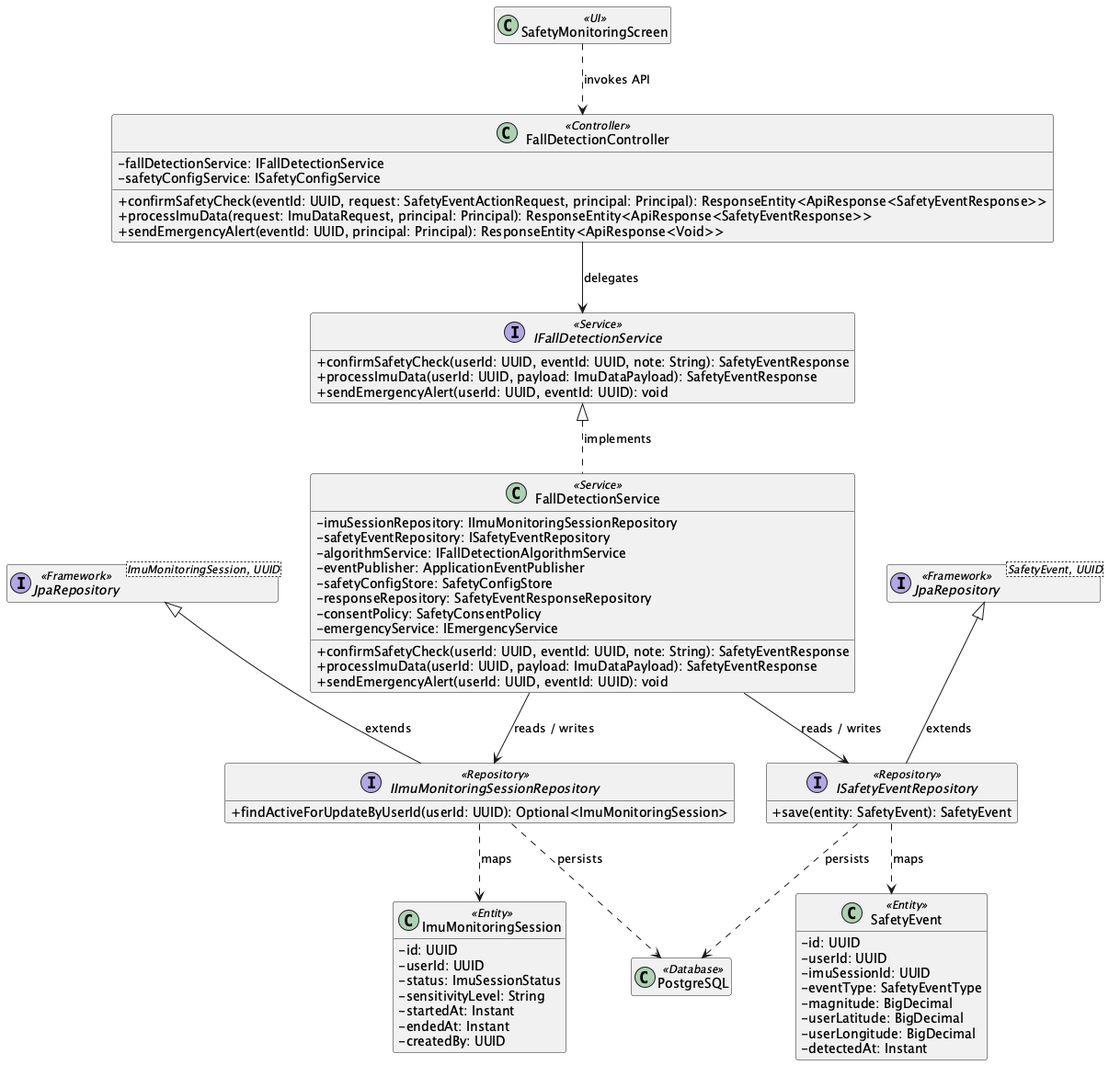
Before: 03_Design/Detailed_Design/MF10_Smart_Activity_Monitoring_Safety_Support/images/02_Detected_Impact_Safety_Check_Alert_and_Feedback_ClassDiagram.png, a diagram exported from PlantUML (ChuongBDHE172784/CareBridge_SEP490_G79). Source of this version:
```plantuml
@startuml
skinparam classAttributeIconSize 0
hide empty members

class "SafetyMonitoringScreen" as UISafetyMonitoringScreen <<UI>>
class "FallDetectionController" as ControllerFallDetectionController <<Controller>> {
  - fallDetectionService: IFallDetectionService
  - safetyConfigService: ISafetyConfigService
  + confirmSafetyCheck(eventId: UUID, request: SafetyEventActionRequest, principal: Principal): ResponseEntity<ApiResponse<SafetyEventResponse>>
  + processImuData(request: ImuDataRequest, principal: Principal): ResponseEntity<ApiResponse<SafetyEventResponse>>
  + sendEmergencyAlert(eventId: UUID, principal: Principal): ResponseEntity<ApiResponse<Void>>
}
interface "IFallDetectionService" as ServiceContractIFallDetectionService <<Service>> {
  + confirmSafetyCheck(userId: UUID, eventId: UUID, note: String): SafetyEventResponse
  + processImuData(userId: UUID, payload: ImuDataPayload): SafetyEventResponse
  + sendEmergencyAlert(userId: UUID, eventId: UUID): void
}
class "FallDetectionService" as ServiceFallDetectionService <<Service>> {
  - imuSessionRepository: IImuMonitoringSessionRepository
  - safetyEventRepository: ISafetyEventRepository
  - algorithmService: IFallDetectionAlgorithmService
  - eventPublisher: ApplicationEventPublisher
  - safetyConfigStore: SafetyConfigStore
  - responseRepository: SafetyEventResponseRepository
  - consentPolicy: SafetyConsentPolicy
  - emergencyService: IEmergencyService
  + confirmSafetyCheck(userId: UUID, eventId: UUID, note: String): SafetyEventResponse
  + processImuData(userId: UUID, payload: ImuDataPayload): SafetyEventResponse
  + sendEmergencyAlert(userId: UUID, eventId: UUID): void
}
ServiceContractIFallDetectionService <|.. ServiceFallDetectionService : implements
interface "IImuMonitoringSessionRepository" as RepositoryIImuMonitoringSessionRepository <<Repository>> {
  + findActiveForUpdateByUserId(userId: UUID): Optional<ImuMonitoringSession>
}
class "ImuMonitoringSession" as EntityImuMonitoringSession <<Entity>> {
  - id: UUID
  - userId: UUID
  - status: ImuSessionStatus
  - sensitivityLevel: String
  - startedAt: Instant
  - endedAt: Instant
  - createdBy: UUID
}
interface "JpaRepository<ImuMonitoringSession, UUID>" as RepositoryBaseIImuMonitoringSessionRepository <<Framework>>
RepositoryBaseIImuMonitoringSessionRepository <|-- RepositoryIImuMonitoringSessionRepository : extends
interface "ISafetyEventRepository" as RepositoryISafetyEventRepository <<Repository>> {
  + save(entity: SafetyEvent): SafetyEvent
}
class "SafetyEvent" as EntitySafetyEvent <<Entity>> {
  - id: UUID
  - userId: UUID
  - imuSessionId: UUID
  - eventType: SafetyEventType
  - magnitude: BigDecimal
  - userLatitude: BigDecimal
  - userLongitude: BigDecimal
  - detectedAt: Instant
}
interface "JpaRepository<SafetyEvent, UUID>" as RepositoryBaseISafetyEventRepository <<Framework>>
RepositoryBaseISafetyEventRepository <|-- RepositoryISafetyEventRepository : extends
class "PostgreSQL" as DB <<Database>>
UISafetyMonitoringScreen ..> ControllerFallDetectionController : invokes API
ControllerFallDetectionController --> ServiceContractIFallDetectionService : delegates
ServiceFallDetectionService --> RepositoryIImuMonitoringSessionRepository : reads / writes
ServiceFallDetectionService --> RepositoryISafetyEventRepository : reads / writes
RepositoryIImuMonitoringSessionRepository ..> EntityImuMonitoringSession : maps
RepositoryISafetyEventRepository ..> EntitySafetyEvent : maps
RepositoryIImuMonitoringSessionRepository ..> DB : persists
RepositoryISafetyEventRepository ..> DB : persists
@enduml
```
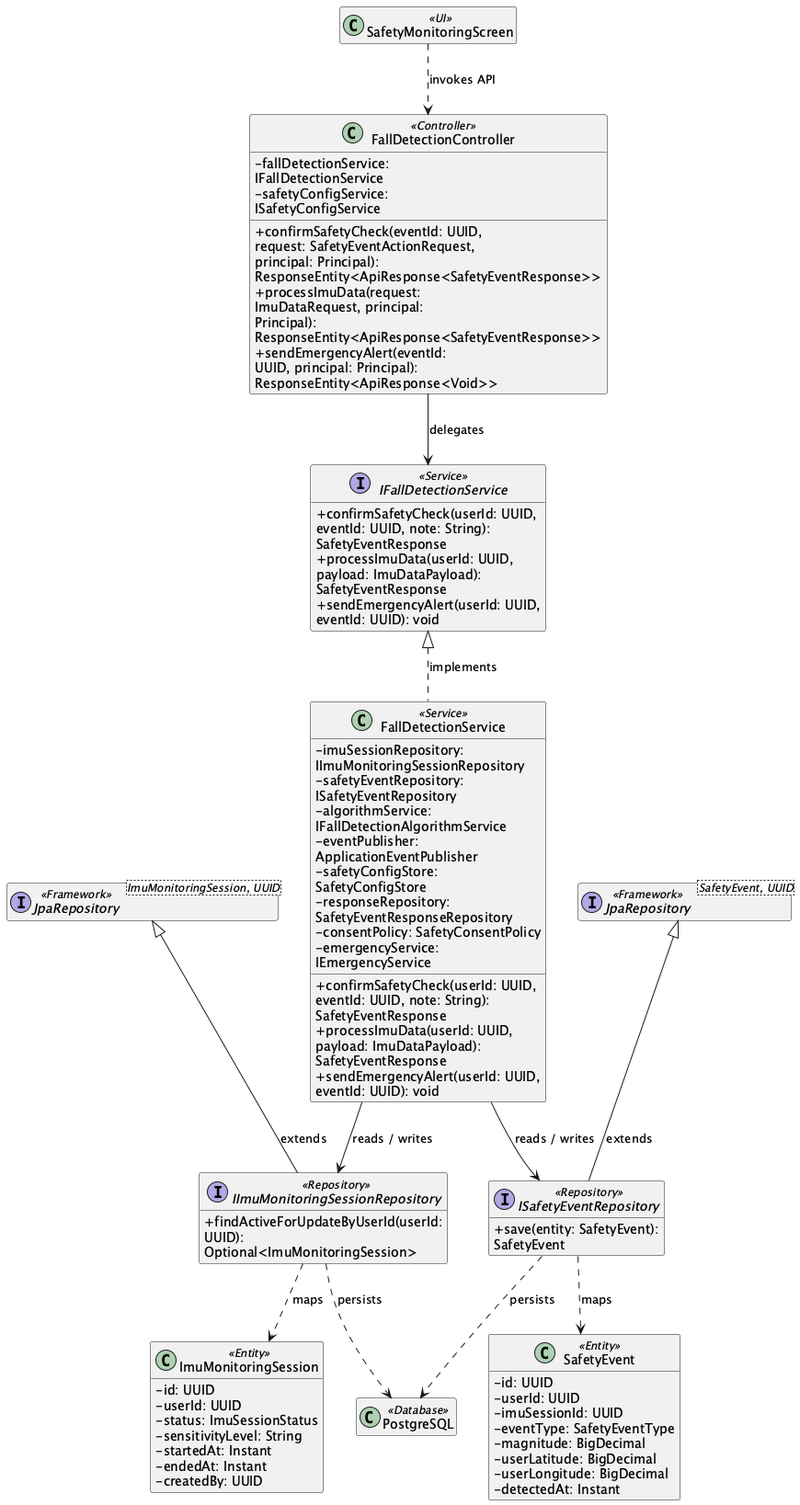
After the change.

The edit, as a diff of the source:
```diff
@@ -1,5 +1,6 @@
-@startuml
+@startuml ClassDiagram_02DetectedImpactSafetyCheckAlertandFeedback
 skinparam classAttributeIconSize 0
+skinparam wrapWidth 250
 hide empty members
 
 class "SafetyMonitoringScreen" as UISafetyMonitoringScreen <<UI>>
```
